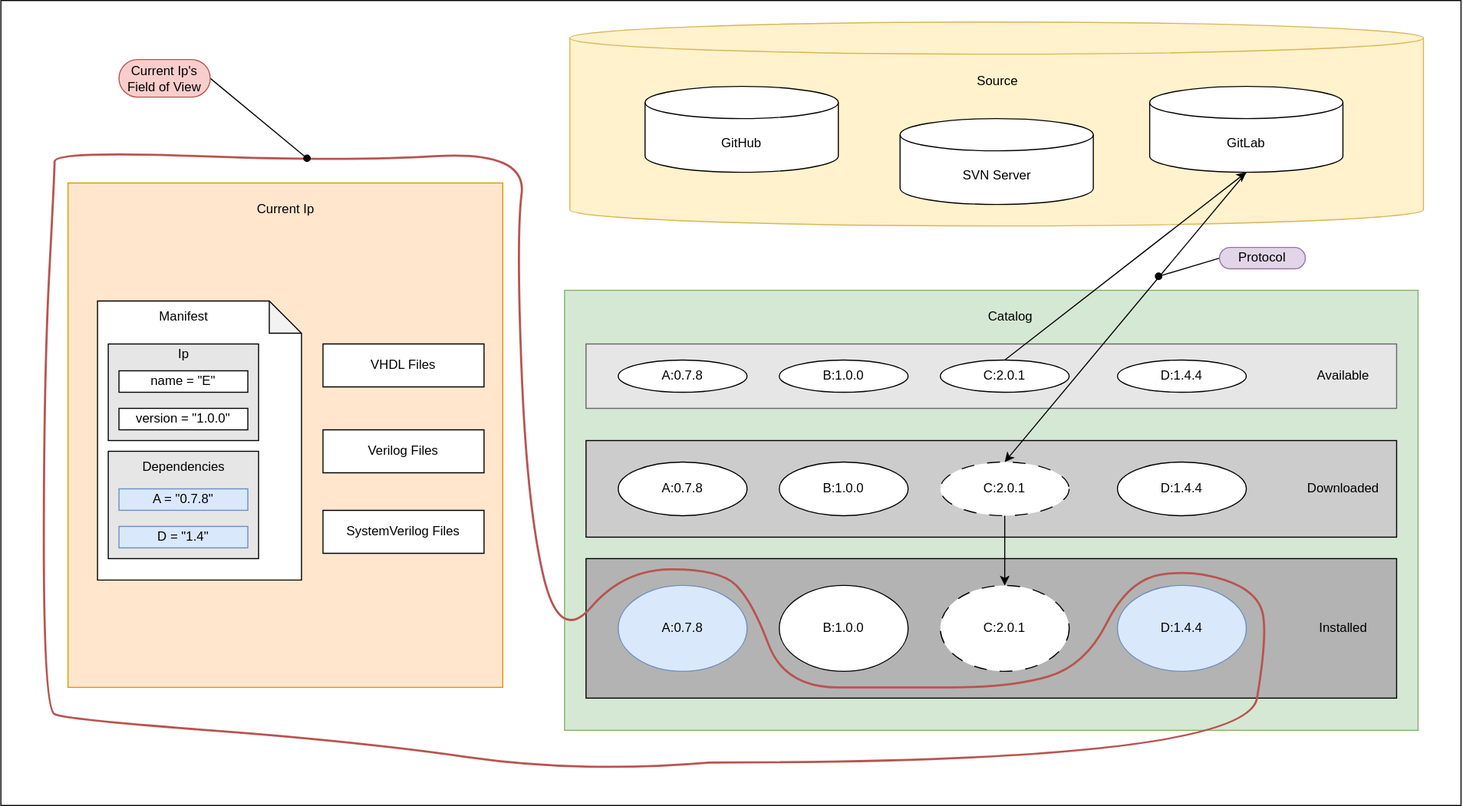
chaseruskin/orbit keeps this draw.io diagram as docs/src/images/management.svg. Above is the earlier version. Source tidied: cells renumbered, new cells last; positions are measured from the earlier drawing's top-left corner, leaving out a move shared by most shapes.
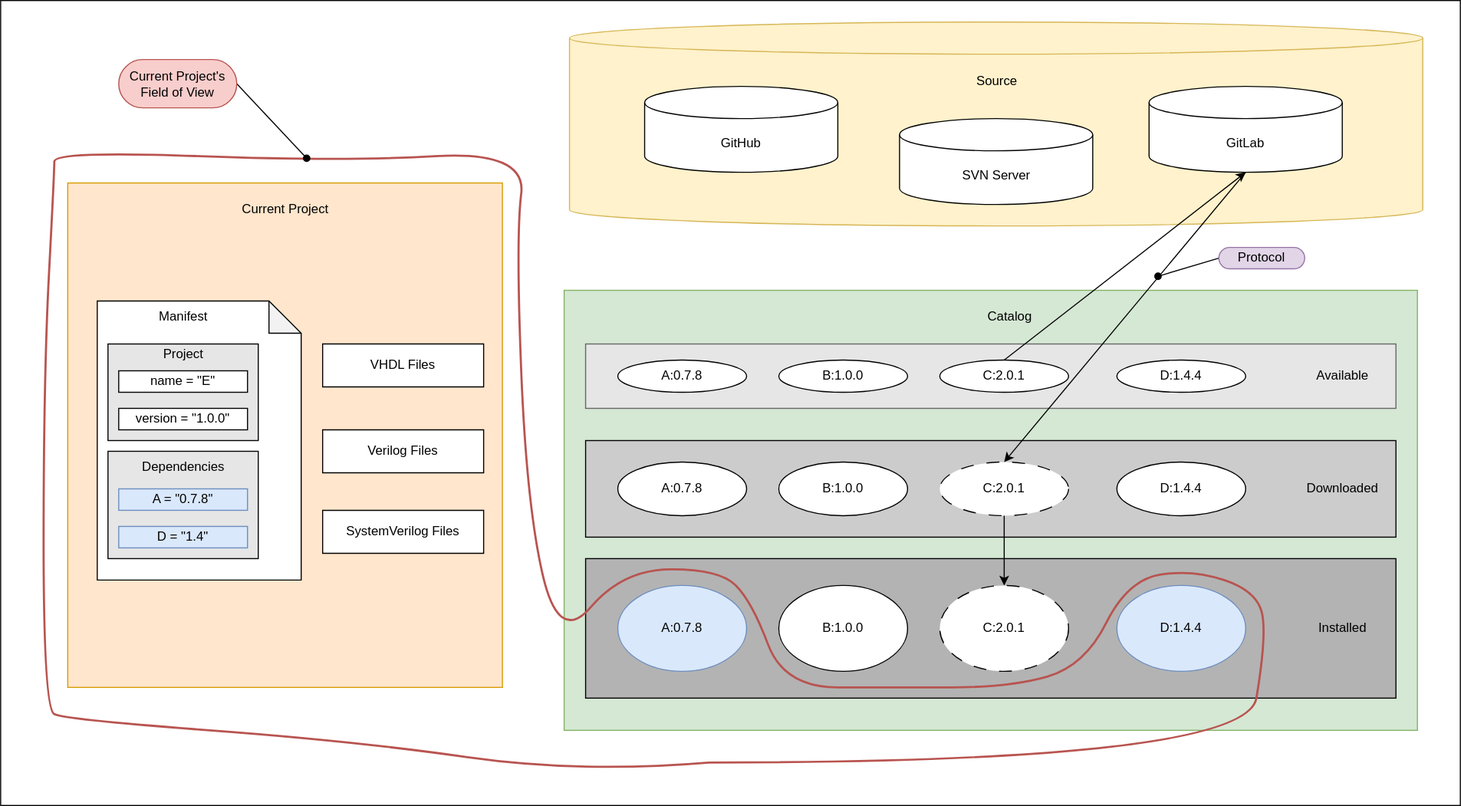
The same diagram one commit later.

What changed in the source:
```diff
@@ -91,8 +91,8 @@
     <mxCell id="30" value="Protocol" style="rounded=1;whiteSpace=wrap;html=1;arcSize=50;fillColor=#e1d5e7;strokeColor=#9673a6;" parent="1" vertex="1">
       <mxGeometry x="1135" y="230" width="80" height="20" as="geometry" />
     </mxCell>
-    <mxCell id="31" value="Current Ip" style="text;html=1;align=center;verticalAlign=middle;strokeColor=none;fillColor=none;" parent="1" vertex="1">
-      <mxGeometry x="225" y="180" width="80" height="30" as="geometry" />
+    <mxCell id="31" value="Current Project" style="text;html=1;align=center;verticalAlign=middle;strokeColor=none;fillColor=none;" parent="1" vertex="1">
+      <mxGeometry x="215" y="180" width="100" height="30" as="geometry" />
     </mxCell>
     <mxCell id="32" style="shape=note;whiteSpace=wrap;html=1;backgroundOutline=1;darkOpacity=0.05;fillColor=#FFFFFF;" parent="1" vertex="1">
       <mxGeometry x="90" y="280" width="190" height="260" as="geometry" />
@@ -144,8 +144,8 @@
     <mxCell id="38" style="endArrow=none;html=1;strokeWidth=1;exitX=0.215;exitY=0.012;exitDx=0;exitDy=0;exitPerimeter=0;startArrow=oval;startFill=1;entryX=1;entryY=0.5;entryDx=0;entryDy=0;" parent="1" edge="1" source="34" target="39">
       <mxGeometry relative="1" as="geometry" />
     </mxCell>
-    <mxCell id="39" value="Current Ip's Field of View" style="rounded=1;whiteSpace=wrap;html=1;arcSize=50;fillColor=#f8cecc;strokeColor=#b85450;" parent="1" vertex="1">
-      <mxGeometry x="110" y="55" width="85" height="35" as="geometry" />
+    <mxCell id="39" value="Current Project's Field of View" style="rounded=1;whiteSpace=wrap;html=1;arcSize=50;fillColor=#f8cecc;strokeColor=#b85450;" parent="1" vertex="1">
+      <mxGeometry x="110" y="55" width="110" height="45" as="geometry" />
     </mxCell>
     <mxCell id="40" style="rounded=0;whiteSpace=wrap;html=1;fillColor=light-dark(#E6E6E6,#FFFFFF);" parent="1" vertex="1">
       <mxGeometry x="100" y="420" width="140" height="100" as="geometry" />
@@ -168,8 +168,8 @@
     <mxCell id="46" value="version = &quot;1.0.0&quot;" style="rounded=0;whiteSpace=wrap;html=1;fillColor=light-dark(#FFFFFF,#FFFFFF);" parent="1" vertex="1">
       <mxGeometry x="110" y="380" width="120" height="20" as="geometry" />
     </mxCell>
-    <mxCell id="47" value="Ip" style="text;html=1;align=center;verticalAlign=middle;strokeColor=none;fillColor=none;" parent="1" vertex="1">
-      <mxGeometry x="155" y="315" width="30" height="30" as="geometry" />
+    <mxCell id="47" value="Project" style="text;html=1;align=center;verticalAlign=middle;strokeColor=none;fillColor=none;" parent="1" vertex="1">
+      <mxGeometry x="140" y="315" width="60" height="30" as="geometry" />
     </mxCell>
     <mxCell id="48" value="SystemVerilog Files" style="shape=note;whiteSpace=wrap;html=1;backgroundOutline=1;darkOpacity=0.05;size=0;fillColor=#FFFFFF;" parent="1" vertex="1">
       <mxGeometry x="300" y="475" width="150" height="40" as="geometry" />
```
